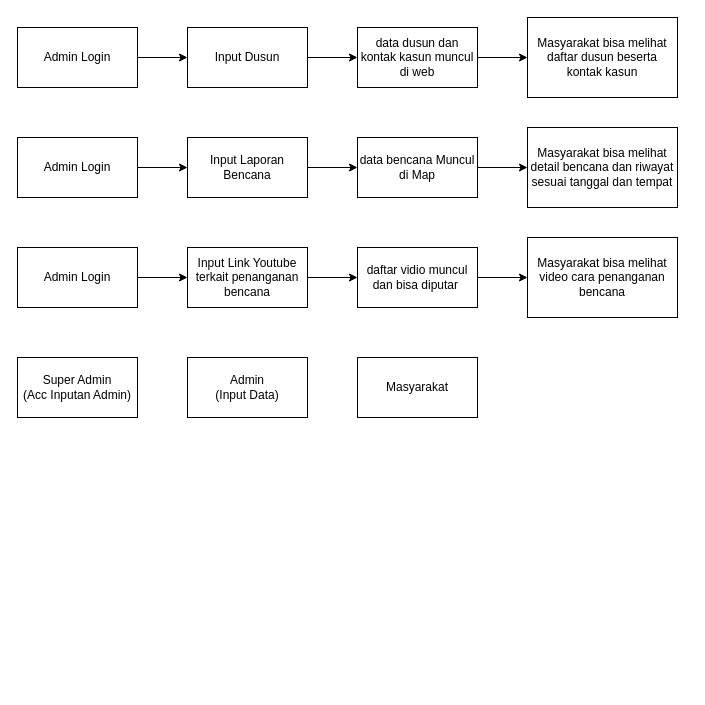
This is Flow Ramtana.drawio from Mochalan14/alantes, a draw.io file, before an edit. Source tidied: cells renumbered, new cells numbered last; positions are measured from the earlier drawing's top-left corner, leaving out a move shared by most shapes. Both pictures are drawn from the tidied source at 100%, with x=0, y=0 at pixel (17, 17).
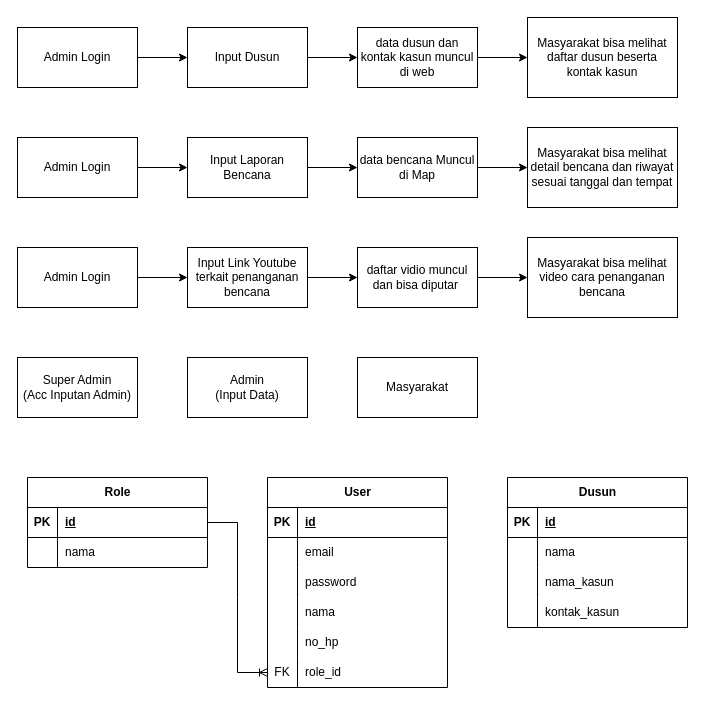
After the change.

Diff of the diagram source:
```diff
@@
+    <mxCell id="26" value="User" style="shape=table;startSize=30;childLayout=tableLayout;rowLines=0;fontStyle=1;align=center;html=1;" parent="1" vertex="1">
+      <mxGeometry x="250" y="460" width="180" height="210" as="geometry" />
+    </mxCell>
+    <mxCell id="27" style="shape=tableRow;horizontal=0;startSize=0;swimlaneHead=0;swimlaneBody=0;fillColor=none;top=0;left=0;right=0;bottom=1;" parent="26" vertex="1">
+      <mxGeometry y="30" width="180" height="30" as="geometry" />
+    </mxCell>
+    <mxCell id="28" value="PK" style="shape=partialRectangle;fillColor=none;top=0;left=0;bottom=0;right=0;fontStyle=1;overflow=hidden;whiteSpace=wrap;html=1;" parent="27" vertex="1">
+      <mxGeometry width="30" height="30" as="geometry" />
+    </mxCell>
+    <mxCell id="29" value="id" style="shape=partialRectangle;fillColor=none;top=0;left=0;bottom=0;right=0;align=left;spacingLeft=6;fontStyle=5;overflow=hidden;whiteSpace=wrap;html=1;" parent="27" vertex="1">
+      <mxGeometry x="30" width="150" height="30" as="geometry" />
+    </mxCell>
+    <mxCell id="30" style="shape=tableRow;horizontal=0;startSize=0;swimlaneHead=0;swimlaneBody=0;fillColor=none;top=0;left=0;right=0;bottom=0;" parent="26" vertex="1">
+      <mxGeometry y="60" width="180" height="30" as="geometry" />
+    </mxCell>
+    <mxCell id="31" style="shape=partialRectangle;fillColor=none;top=0;left=0;bottom=0;right=0;overflow=hidden;whiteSpace=wrap;html=1;" parent="30" vertex="1">
+      <mxGeometry width="30" height="30" as="geometry" />
+    </mxCell>
+    <mxCell id="32" value="email" style="shape=partialRectangle;fillColor=none;top=0;left=0;bottom=0;right=0;align=left;spacingLeft=6;overflow=hidden;whiteSpace=wrap;html=1;" parent="30" vertex="1">
+      <mxGeometry x="30" width="150" height="30" as="geometry" />
+    </mxCell>
+    <mxCell id="33" style="shape=tableRow;horizontal=0;startSize=0;swimlaneHead=0;swimlaneBody=0;fillColor=none;top=0;left=0;right=0;bottom=0;" parent="26" vertex="1">
+      <mxGeometry y="90" width="180" height="30" as="geometry" />
+    </mxCell>
+    <mxCell id="34" style="shape=partialRectangle;fillColor=none;top=0;left=0;bottom=0;right=0;overflow=hidden;whiteSpace=wrap;html=1;" parent="33" vertex="1">
+      <mxGeometry width="30" height="30" as="geometry" />
+    </mxCell>
+    <mxCell id="35" value="password" style="shape=partialRectangle;fillColor=none;top=0;left=0;bottom=0;right=0;align=left;spacingLeft=6;overflow=hidden;whiteSpace=wrap;html=1;" parent="33" vertex="1">
+      <mxGeometry x="30" width="150" height="30" as="geometry" />
+    </mxCell>
+    <mxCell id="36" style="shape=tableRow;horizontal=0;startSize=0;swimlaneHead=0;swimlaneBody=0;fillColor=none;top=0;left=0;right=0;bottom=0;" parent="26" vertex="1">
+      <mxGeometry y="120" width="180" height="30" as="geometry" />
+    </mxCell>
+    <mxCell id="37" style="shape=partialRectangle;fillColor=none;top=0;left=0;bottom=0;right=0;overflow=hidden;whiteSpace=wrap;html=1;" parent="36" vertex="1">
+      <mxGeometry width="30" height="30" as="geometry" />
+    </mxCell>
+    <mxCell id="38" value="nama" style="shape=partialRectangle;fillColor=none;top=0;left=0;bottom=0;right=0;align=left;spacingLeft=6;overflow=hidden;whiteSpace=wrap;html=1;" parent="36" vertex="1">
+      <mxGeometry x="30" width="150" height="30" as="geometry" />
+    </mxCell>
+    <mxCell id="39" style="shape=tableRow;horizontal=0;startSize=0;swimlaneHead=0;swimlaneBody=0;fillColor=none;top=0;left=0;right=0;bottom=0;" parent="26" vertex="1">
+      <mxGeometry y="150" width="180" height="30" as="geometry" />
+    </mxCell>
+    <mxCell id="40" style="shape=partialRectangle;fillColor=none;top=0;left=0;bottom=0;right=0;overflow=hidden;whiteSpace=wrap;html=1;" parent="39" vertex="1">
+      <mxGeometry width="30" height="30" as="geometry" />
+    </mxCell>
+    <mxCell id="41" value="no_hp" style="shape=partialRectangle;fillColor=none;top=0;left=0;bottom=0;right=0;align=left;spacingLeft=6;overflow=hidden;whiteSpace=wrap;html=1;" parent="39" vertex="1">
+      <mxGeometry x="30" width="150" height="30" as="geometry" />
+    </mxCell>
+    <mxCell id="42" style="shape=tableRow;horizontal=0;startSize=0;swimlaneHead=0;swimlaneBody=0;fillColor=none;points=[[0,0.5],[1,0.5]];portConstraint=eastwest;top=0;left=0;right=0;bottom=0;" parent="26" vertex="1">
+      <mxGeometry y="180" width="180" height="30" as="geometry" />
+    </mxCell>
+    <mxCell id="43" value="FK" style="shape=partialRectangle;fillColor=none;top=0;left=0;bottom=0;right=0;overflow=hidden;whiteSpace=wrap;html=1;" parent="42" vertex="1">
+      <mxGeometry width="30" height="30" as="geometry" />
+    </mxCell>
+    <mxCell id="44" value="role_id" style="shape=partialRectangle;fillColor=none;top=0;left=0;bottom=0;right=0;align=left;spacingLeft=6;overflow=hidden;whiteSpace=wrap;html=1;" parent="42" vertex="1">
+      <mxGeometry x="30" width="150" height="30" as="geometry" />
+    </mxCell>
+    <mxCell id="45" value="Role" style="shape=table;startSize=30;childLayout=tableLayout;rowLines=0;fontStyle=1;align=center;html=1;" parent="1" vertex="1">
+      <mxGeometry x="10" y="460" width="180" height="90" as="geometry" />
+    </mxCell>
+    <mxCell id="46" style="shape=tableRow;horizontal=0;startSize=0;swimlaneHead=0;swimlaneBody=0;fillColor=none;points=[[0,0.5],[1,0.5]];portConstraint=eastwest;top=0;left=0;right=0;bottom=1;" parent="45" vertex="1">
+      <mxGeometry y="30" width="180" height="30" as="geometry" />
+    </mxCell>
+    <mxCell id="47" value="PK" style="shape=partialRectangle;fillColor=none;top=0;left=0;bottom=0;right=0;fontStyle=1;overflow=hidden;whiteSpace=wrap;html=1;" parent="46" vertex="1">
+      <mxGeometry width="30" height="30" as="geometry" />
+    </mxCell>
+    <mxCell id="48" value="id" style="shape=partialRectangle;fillColor=none;top=0;left=0;bottom=0;right=0;align=left;spacingLeft=6;fontStyle=5;overflow=hidden;whiteSpace=wrap;html=1;" parent="46" vertex="1">
+      <mxGeometry x="30" width="150" height="30" as="geometry" />
+    </mxCell>
+    <mxCell id="49" style="shape=tableRow;horizontal=0;startSize=0;swimlaneHead=0;swimlaneBody=0;fillColor=none;top=0;left=0;right=0;bottom=0;" parent="45" vertex="1">
+      <mxGeometry y="60" width="180" height="30" as="geometry" />
+    </mxCell>
+    <mxCell id="50" style="shape=partialRectangle;fillColor=none;top=0;left=0;bottom=0;right=0;overflow=hidden;whiteSpace=wrap;html=1;" parent="49" vertex="1">
+      <mxGeometry width="30" height="30" as="geometry" />
+    </mxCell>
+    <mxCell id="51" value="nama" style="shape=partialRectangle;fillColor=none;top=0;left=0;bottom=0;right=0;align=left;spacingLeft=6;overflow=hidden;whiteSpace=wrap;html=1;" parent="49" vertex="1">
+      <mxGeometry x="30" width="150" height="30" as="geometry" />
+    </mxCell>
+    <mxCell id="52" style="edgeStyle=entityRelationEdgeStyle;fontSize=12;html=1;endArrow=ERoneToMany;rounded=0;exitX=1;exitY=0.5;exitDx=0;exitDy=0;entryX=0;entryY=0.5;entryDx=0;entryDy=0;" parent="1" edge="1" source="46" target="42">
+      <mxGeometry relative="1" as="geometry" />
+    </mxCell>
+    <mxCell id="53" value="Dusun" style="shape=table;startSize=30;childLayout=tableLayout;rowLines=0;fontStyle=1;align=center;html=1;" parent="1" vertex="1">
+      <mxGeometry x="490" y="460" width="180" height="150" as="geometry" />
+    </mxCell>
+    <mxCell id="54" style="shape=tableRow;horizontal=0;startSize=0;swimlaneHead=0;swimlaneBody=0;fillColor=none;top=0;left=0;right=0;bottom=1;" parent="53" vertex="1">
+      <mxGeometry y="30" width="180" height="30" as="geometry" />
+    </mxCell>
+    <mxCell id="55" value="PK" style="shape=partialRectangle;fillColor=none;top=0;left=0;bottom=0;right=0;fontStyle=1;overflow=hidden;whiteSpace=wrap;html=1;" parent="54" vertex="1">
+      <mxGeometry width="30" height="30" as="geometry" />
+    </mxCell>
+    <mxCell id="56" value="id" style="shape=partialRectangle;fillColor=none;top=0;left=0;bottom=0;right=0;align=left;spacingLeft=6;fontStyle=5;overflow=hidden;whiteSpace=wrap;html=1;" parent="54" vertex="1">
+      <mxGeometry x="30" width="150" height="30" as="geometry" />
+    </mxCell>
+    <mxCell id="57" style="shape=tableRow;horizontal=0;startSize=0;swimlaneHead=0;swimlaneBody=0;fillColor=none;top=0;left=0;right=0;bottom=0;" parent="53" vertex="1">
+      <mxGeometry y="60" width="180" height="30" as="geometry" />
+    </mxCell>
+    <mxCell id="58" style="shape=partialRectangle;fillColor=none;top=0;left=0;bottom=0;right=0;overflow=hidden;whiteSpace=wrap;html=1;" parent="57" vertex="1">
+      <mxGeometry width="30" height="30" as="geometry" />
+    </mxCell>
+    <mxCell id="59" value="nama" style="shape=partialRectangle;fillColor=none;top=0;left=0;bottom=0;right=0;align=left;spacingLeft=6;overflow=hidden;whiteSpace=wrap;html=1;" parent="57" vertex="1">
+      <mxGeometry x="30" width="150" height="30" as="geometry" />
+    </mxCell>
+    <mxCell id="60" style="shape=tableRow;horizontal=0;startSize=0;swimlaneHead=0;swimlaneBody=0;fillColor=none;top=0;left=0;right=0;bottom=0;" parent="53" vertex="1">
+      <mxGeometry y="90" width="180" height="30" as="geometry" />
+    </mxCell>
+    <mxCell id="61" style="shape=partialRectangle;fillColor=none;top=0;left=0;bottom=0;right=0;overflow=hidden;whiteSpace=wrap;html=1;" parent="60" vertex="1">
+      <mxGeometry width="30" height="30" as="geometry" />
+    </mxCell>
+    <mxCell id="62" value="nama_kasun" style="shape=partialRectangle;fillColor=none;top=0;left=0;bottom=0;right=0;align=left;spacingLeft=6;overflow=hidden;whiteSpace=wrap;html=1;" parent="60" vertex="1">
+      <mxGeometry x="30" width="150" height="30" as="geometry" />
+    </mxCell>
+    <mxCell id="63" style="shape=tableRow;horizontal=0;startSize=0;swimlaneHead=0;swimlaneBody=0;fillColor=none;top=0;left=0;right=0;bottom=0;" parent="53" vertex="1">
+      <mxGeometry y="120" width="180" height="30" as="geometry" />
+    </mxCell>
+    <mxCell id="64" style="shape=partialRectangle;fillColor=none;top=0;left=0;bottom=0;right=0;overflow=hidden;whiteSpace=wrap;html=1;" parent="63" vertex="1">
+      <mxGeometry width="30" height="30" as="geometry" />
+    </mxCell>
+    <mxCell id="65" value="kontak_kasun" style="shape=partialRectangle;fillColor=none;top=0;left=0;bottom=0;right=0;align=left;spacingLeft=6;overflow=hidden;whiteSpace=wrap;html=1;" parent="63" vertex="1">
+      <mxGeometry x="30" width="150" height="30" as="geometry" />
+    </mxCell>
```
